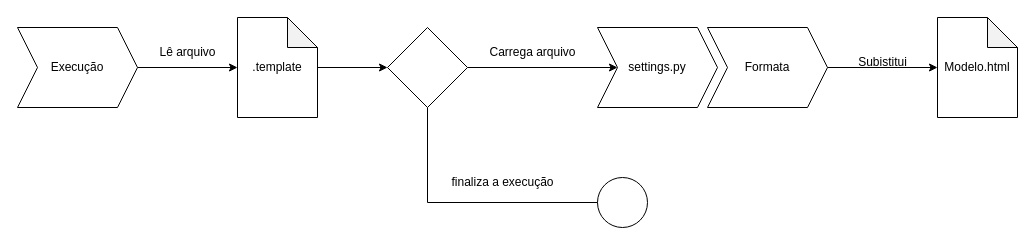
Earlier version of the draw.io diagram Untitled Diagram.drawio (Magavinicius/Beecrowd). Source tidied: cells renumbered, new cells numbered last; positions are measured from the earlier drawing's top-left corner, leaving out a move shared by most shapes. Both pictures are drawn from the tidied source at 100%, with x=0, y=0 at pixel (17, 17).
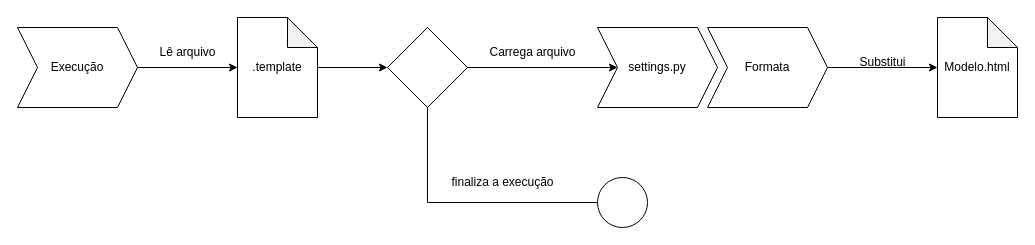
The same page after the edit.

Diff of the diagram source:
```diff
@@
 <mxGraphModel>
   <root>
     <mxCell id="0" />
     <mxCell id="1" parent="0" />
     <mxCell id="2" style="edgeStyle=orthogonalEdgeStyle;rounded=0;jettySize=auto;html=1;entryX=0;entryY=0.5;entryDx=0;entryDy=0;" parent="1" edge="1" source="3" target="13">
       <mxGeometry relative="1" as="geometry" />
     </mxCell>
     <mxCell id="3" value=".template" style="shape=note;whiteSpace=wrap;html=1;backgroundOutline=1;darkOpacity=0.05;" parent="1" vertex="1">
       <mxGeometry x="220" width="80" height="100" as="geometry" />
     </mxCell>
     <mxCell id="4" value="settings.py" style="shape=step;perimeter=stepPerimeter;whiteSpace=wrap;html=1;fixedSize=1;" parent="1" vertex="1">
       <mxGeometry x="580" y="10" width="120" height="80" as="geometry" />
     </mxCell>
     <mxCell id="5" style="edgeStyle=orthogonalEdgeStyle;rounded=0;jettySize=auto;html=1;entryX=0;entryY=0.5;entryDx=0;entryDy=0;entryPerimeter=0;" parent="1" edge="1" source="6" target="3">
       <mxGeometry relative="1" as="geometry" />
     </mxCell>
     <mxCell id="6" value="Execução" style="shape=step;perimeter=stepPerimeter;whiteSpace=wrap;html=1;fixedSize=1;" parent="1" vertex="1">
       <mxGeometry y="10" width="120" height="80" as="geometry" />
     </mxCell>
     <mxCell id="7" value="Lê arquivo" style="text;html=1;align=center;verticalAlign=middle;strokeColor=none;fillColor=none;" parent="1" vertex="1">
       <mxGeometry x="130" y="20" width="80" height="30" as="geometry" />
     </mxCell>
     <mxCell id="8" value="Carrega arquivo" style="text;html=1;align=center;verticalAlign=middle;strokeColor=none;fillColor=none;" parent="1" vertex="1">
       <mxGeometry x="460" y="20" width="110" height="30" as="geometry" />
     </mxCell>
     <mxCell id="9" value="Modelo.html" style="shape=note;whiteSpace=wrap;html=1;backgroundOutline=1;darkOpacity=0.05;" parent="1" vertex="1">
       <mxGeometry x="920" width="80" height="100" as="geometry" />
     </mxCell>
-    <mxCell id="10" value="Subistitui" style="text;html=1;align=center;verticalAlign=middle;strokeColor=none;fillColor=none;" parent="1" vertex="1">
+    <mxCell id="10" value="Substitui" style="text;html=1;align=center;verticalAlign=middle;strokeColor=none;fillColor=none;" parent="1" vertex="1">
       <mxGeometry x="830" y="30" width="70" height="30" as="geometry" />
     </mxCell>
     <mxCell id="11" style="edgeStyle=orthogonalEdgeStyle;rounded=0;jettySize=auto;html=1;" parent="1" edge="1" source="13" target="4">
       <mxGeometry relative="1" as="geometry" />
     </mxCell>
     <mxCell id="12" style="edgeStyle=orthogonalEdgeStyle;rounded=0;jettySize=auto;html=1;entryX=0;entryY=0.5;entryDx=0;entryDy=0;exitX=0.5;exitY=1;exitDx=0;exitDy=0;" parent="1" edge="1" source="13">
       <mxGeometry relative="1" as="geometry">
         <mxPoint x="590" y="185" as="targetPoint" />
         <Array as="points">
           <mxPoint x="410" y="185" />
         </Array>
       </mxGeometry>
     </mxCell>
     <mxCell id="13" style="rhombus;whiteSpace=wrap;html=1;" parent="1" vertex="1">
       <mxGeometry x="370" y="10" width="80" height="80" as="geometry" />
     </mxCell>
     <mxCell id="14" value="finaliza a execução" style="text;html=1;align=center;verticalAlign=middle;strokeColor=none;fillColor=none;" parent="1" vertex="1">
       <mxGeometry x="420" y="150" width="130" height="30" as="geometry" />
     </mxCell>
     <mxCell id="15" style="ellipse;whiteSpace=wrap;html=1;" parent="1" vertex="1">
       <mxGeometry x="580" y="160" width="50" height="50" as="geometry" />
     </mxCell>
     <mxCell id="16" style="edgeStyle=orthogonalEdgeStyle;rounded=0;jettySize=auto;html=1;" parent="1" edge="1" source="17" target="9">
       <mxGeometry relative="1" as="geometry" />
     </mxCell>
     <mxCell id="17" value="Formata" style="shape=step;perimeter=stepPerimeter;whiteSpace=wrap;html=1;fixedSize=1;" parent="1" vertex="1">
       <mxGeometry x="690" y="10" width="120" height="80" as="geometry" />
     </mxCell>
   </root>
 </mxGraphModel>
```
